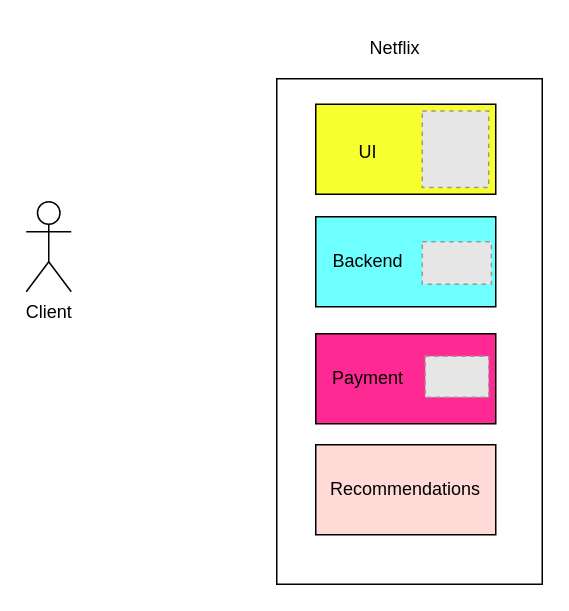
olliglorioso/datasets keeps this draw.io diagram as Monolithic.drawio. Above is the earlier version. Source tidied: cells renumbered, new cells numbered last; positions are measured from the earlier drawing's top-left corner, leaving out a move shared by most shapes. Both pictures are drawn from the tidied source at 150%, with x=0, y=0 at pixel (26, 26). Pictures stored in the file or linked from it are replaced by grey dashed boxes.
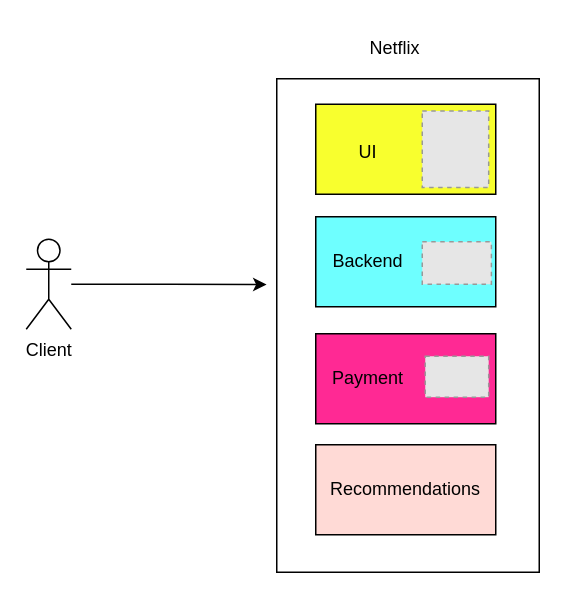
After the change.

Change to the diagram source:
```diff
@@
 <mxGraphModel>
   <root>
     <mxCell id="0" />
     <mxCell id="1" parent="0" />
     <mxCell id="2" value="Netflix" style="text;strokeColor=none;align=center;fillColor=none;html=1;verticalAlign=middle;whiteSpace=wrap;rounded=0;" parent="1" vertex="1">
       <mxGeometry x="216" width="60" height="30" as="geometry" />
     </mxCell>
     <mxCell id="3" style="rounded=0;whiteSpace=wrap;html=1;direction=south;" parent="1" vertex="1">
-      <mxGeometry x="167" y="35" width="177" height="337" as="geometry" />
+      <mxGeometry x="167" y="35" width="175" height="329" as="geometry" />
     </mxCell>
     <mxCell id="4" style="rounded=0;whiteSpace=wrap;html=1;fillColor=#F8FF2E;" parent="1" vertex="1">
       <mxGeometry x="193" y="52" width="120" height="60" as="geometry" />
     </mxCell>
     <mxCell id="5" style="fillColor=#E6E6E6;strokeColor=#999999;dashed=1;verticalLabelPosition=bottom;labelBackgroundColor=default;verticalAlign=top;" parent="1" vertex="1">
       <mxGeometry x="264" y="56.5" width="44.3" height="51" as="geometry" />
     </mxCell>
+    <mxCell id="16" style="edgeStyle=orthogonalEdgeStyle;rounded=0;jettySize=auto;html=1;entryX=0.341;entryY=1.039;entryDx=0;entryDy=0;entryPerimeter=0;" parent="1" edge="1" source="6">
+      <mxGeometry relative="1" as="geometry">
+        <mxPoint x="160.2" y="172.2" as="targetPoint" />
+      </mxGeometry>
+    </mxCell>
     <mxCell id="6" value="Client" style="shape=umlActor;verticalLabelPosition=bottom;verticalAlign=top;html=1;outlineConnect=0;" parent="1" vertex="1">
-      <mxGeometry y="117" width="30" height="60" as="geometry" />
+      <mxGeometry y="142" width="30" height="60" as="geometry" />
     </mxCell>
     <mxCell id="7" value="UI" style="text;strokeColor=none;align=center;fillColor=none;html=1;verticalAlign=middle;whiteSpace=wrap;rounded=0;" parent="1" vertex="1">
       <mxGeometry x="198" y="69" width="60" height="30" as="geometry" />
     </mxCell>
     <mxCell id="8" style="rounded=0;whiteSpace=wrap;html=1;fillColor=#6EFFFF;" parent="1" vertex="1">
       <mxGeometry x="193" y="127" width="120" height="60" as="geometry" />
     </mxCell>
     <mxCell id="9" value="Backend" style="text;strokeColor=none;align=center;fillColor=none;html=1;verticalAlign=middle;whiteSpace=wrap;rounded=0;" parent="1" vertex="1">
       <mxGeometry x="198" y="142" width="60" height="30" as="geometry" />
     </mxCell>
     <mxCell id="10" style="rounded=0;whiteSpace=wrap;html=1;fillColor=#FF2994;" parent="1" vertex="1">
       <mxGeometry x="193" y="205" width="120" height="60" as="geometry" />
     </mxCell>
     <mxCell id="11" value="Payment" style="text;strokeColor=none;align=center;fillColor=none;html=1;verticalAlign=middle;whiteSpace=wrap;rounded=0;" parent="1" vertex="1">
       <mxGeometry x="198" y="220" width="60" height="30" as="geometry" />
     </mxCell>
     <mxCell id="12" style="fillColor=#E6E6E6;strokeColor=#999999;dashed=1;verticalLabelPosition=bottom;labelBackgroundColor=default;verticalAlign=top;" parent="1" vertex="1">
       <mxGeometry x="264" y="143.7" width="46.1" height="28.3" as="geometry" />
     </mxCell>
     <mxCell id="13" style="fillColor=#E6E6E6;strokeColor=#999999;dashed=1;verticalLabelPosition=bottom;labelBackgroundColor=default;verticalAlign=top;" parent="1" vertex="1">
       <mxGeometry x="266" y="220" width="42.3" height="27.3" as="geometry" />
     </mxCell>
     <mxCell id="14" style="rounded=0;whiteSpace=wrap;html=1;fillColor=#FFDAD6;" parent="1" vertex="1">
       <mxGeometry x="193" y="279" width="120" height="60" as="geometry" />
     </mxCell>
     <mxCell id="15" value="Recommendations" style="text;strokeColor=none;align=center;fillColor=none;html=1;verticalAlign=middle;whiteSpace=wrap;rounded=0;" parent="1" vertex="1">
       <mxGeometry x="223" y="294" width="60" height="30" as="geometry" />
     </mxCell>
   </root>
 </mxGraphModel>
```
